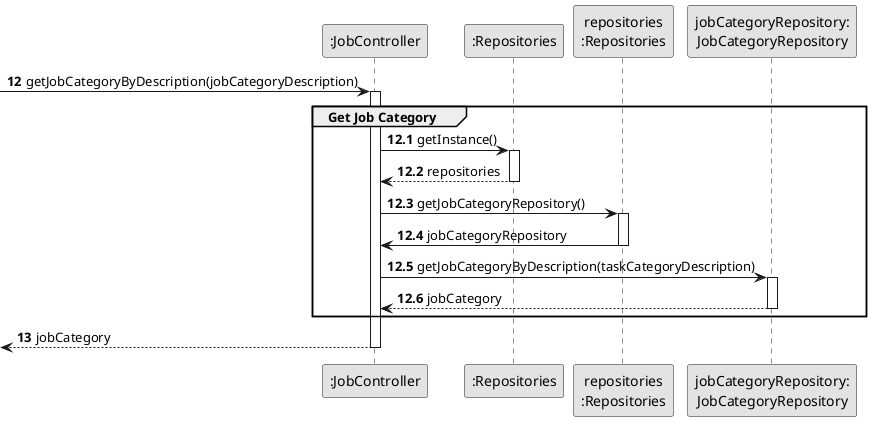
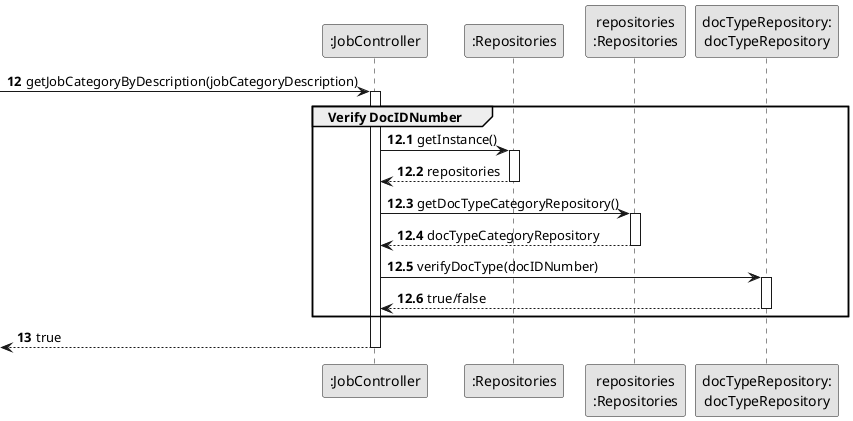
@startuml
skinparam monochrome true
skinparam packageStyle rectangle
skinparam shadowing false

participant ":JobController" as CTRL
participant ":Repositories" as RepositorySingleton
participant "repositories\n:Repositories" as PLAT
- participant "jobCategoryRepository:\nJobCategoryRepository" as JobCategoryRepository
+ participant "docTypeRepository:\ndocTypeRepository" as DocTypeRepository

autonumber 12
-> CTRL : getJobCategoryByDescription(jobCategoryDescription)

autonumber 12.1

activate CTRL
-     group Get Job Category
-         CTRL -> RepositorySingleton : getInstance()
-         activate RepositorySingleton
+     group Verify DocIDNumber
+                                     CTRL -> RepositorySingleton : getInstance()
+                                     activate RepositorySingleton

-             RepositorySingleton --> CTRL: repositories
-         deactivate RepositorySingleton
+                                         RepositorySingleton --> CTRL: repositories
+                                     deactivate RepositorySingleton

-         CTRL -> PLAT : getJobCategoryRepository()
-         activate PLAT
+                                     CTRL -> PLAT : getDocTypeCategoryRepository()
+                                     activate PLAT

-             PLAT -> CTRL : jobCategoryRepository
-         deactivate PLAT
+                                         PLAT --> CTRL: docTypeCategoryRepository
+                                     deactivate PLAT

-         CTRL -> JobCategoryRepository : getJobCategoryByDescription(taskCategoryDescription)
-         activate JobCategoryRepository
+                                     CTRL -> DocTypeRepository : verifyDocType(docIDNumber)
+                                     activate DocTypeRepository

-             JobCategoryRepository --> CTRL : jobCategory
-         deactivate JobCategoryRepository
- 
+                                         DocTypeRepository --> CTRL : true/false
+                                     deactivate DocTypeRepository
    end group

    autonumber 13
-     <-- CTRL : jobCategory
+     <-- CTRL : true

deactivate CTRL


@enduml